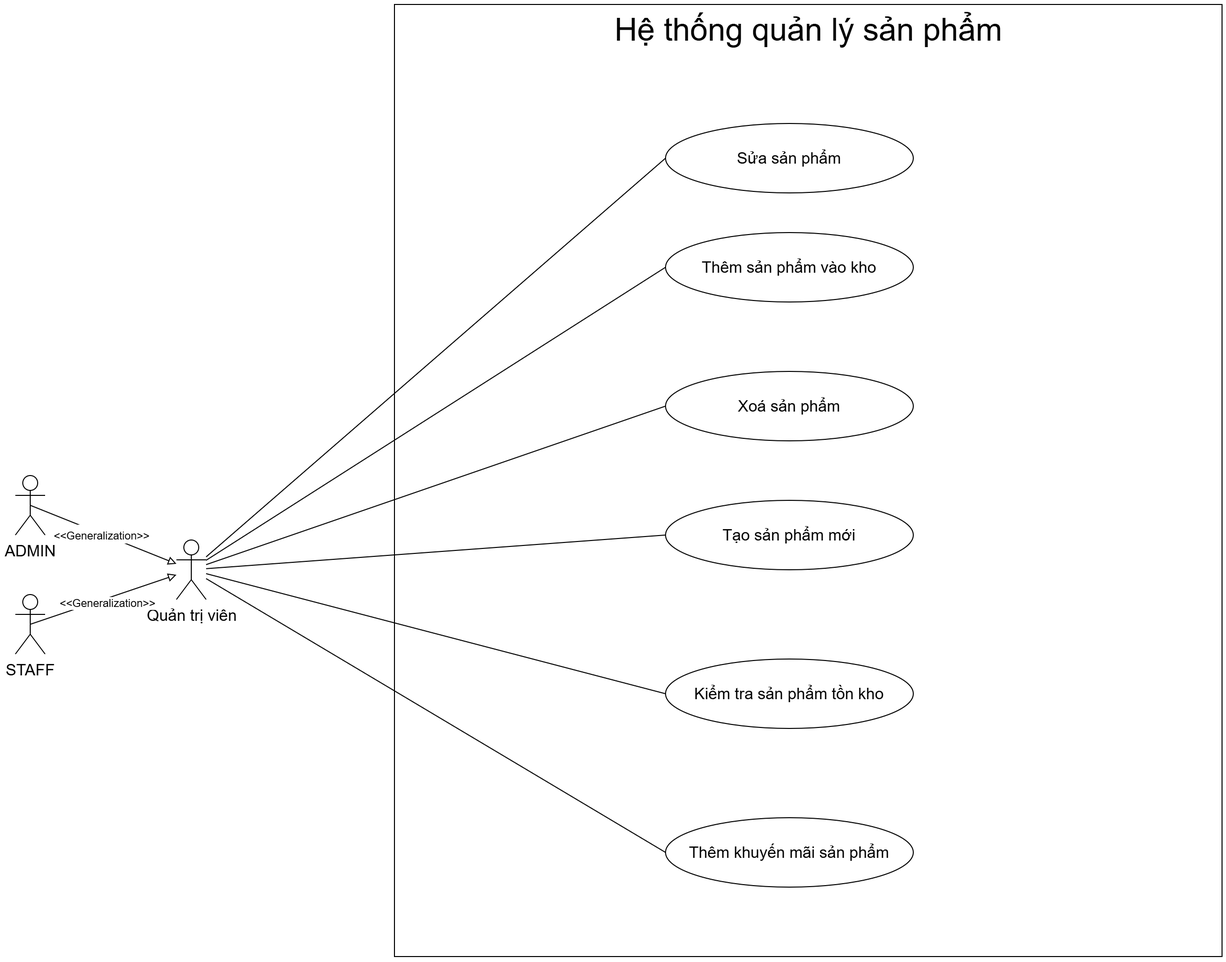
hungtran3011/SAD-uml keeps this draw.io diagram as usecase/UseCase_ManageProduct.png. Above is the earlier version. Source tidied: cells renumbered, new cells last; positions are measured from the earlier drawing's top-left corner, leaving out a move shared by most shapes.
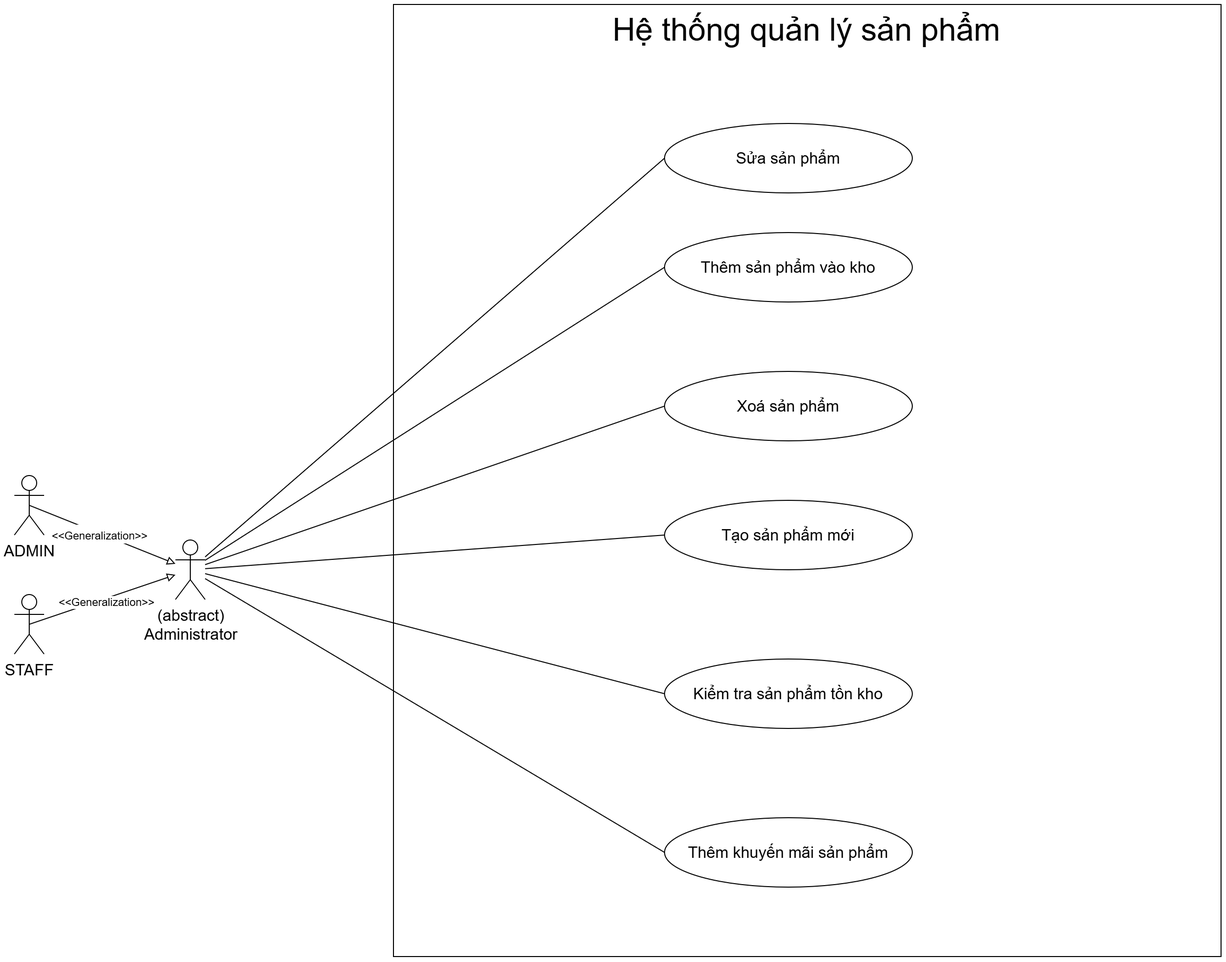
After the commit.

Commit message:
update use case

The edit, as a diff of the source:
```diff
@@ -23,7 +23,7 @@
     <mxCell id="8" style="edgeStyle=none;rounded=0;jettySize=auto;html=1;entryX=0;entryY=0.5;entryDx=0;entryDy=0;endArrow=none;startFill=0;" parent="1" edge="1" source="9" target="21">
       <mxGeometry relative="1" as="geometry" />
     </mxCell>
-    <mxCell id="9" value="Quản trị viên" style="shape=umlActor;verticalLabelPosition=bottom;verticalAlign=top;html=1;outlineConnect=0;fontSize=16;" parent="1" vertex="1">
+    <mxCell id="9" value="(abstract)&lt;div&gt;Administrator&lt;/div&gt;" style="shape=umlActor;verticalLabelPosition=bottom;verticalAlign=top;html=1;outlineConnect=0;fontSize=16;" parent="1" vertex="1">
       <mxGeometry x="162.5" y="540" width="30" height="60" as="geometry" />
     </mxCell>
     <mxCell id="10" style="edgeStyle=none;rounded=0;jettySize=auto;html=1;endArrow=block;endFill=0;exitX=0.5;exitY=0.5;exitDx=0;exitDy=0;exitPerimeter=0;fontSize=16;" parent="1" edge="1" source="14" target="9">
```
